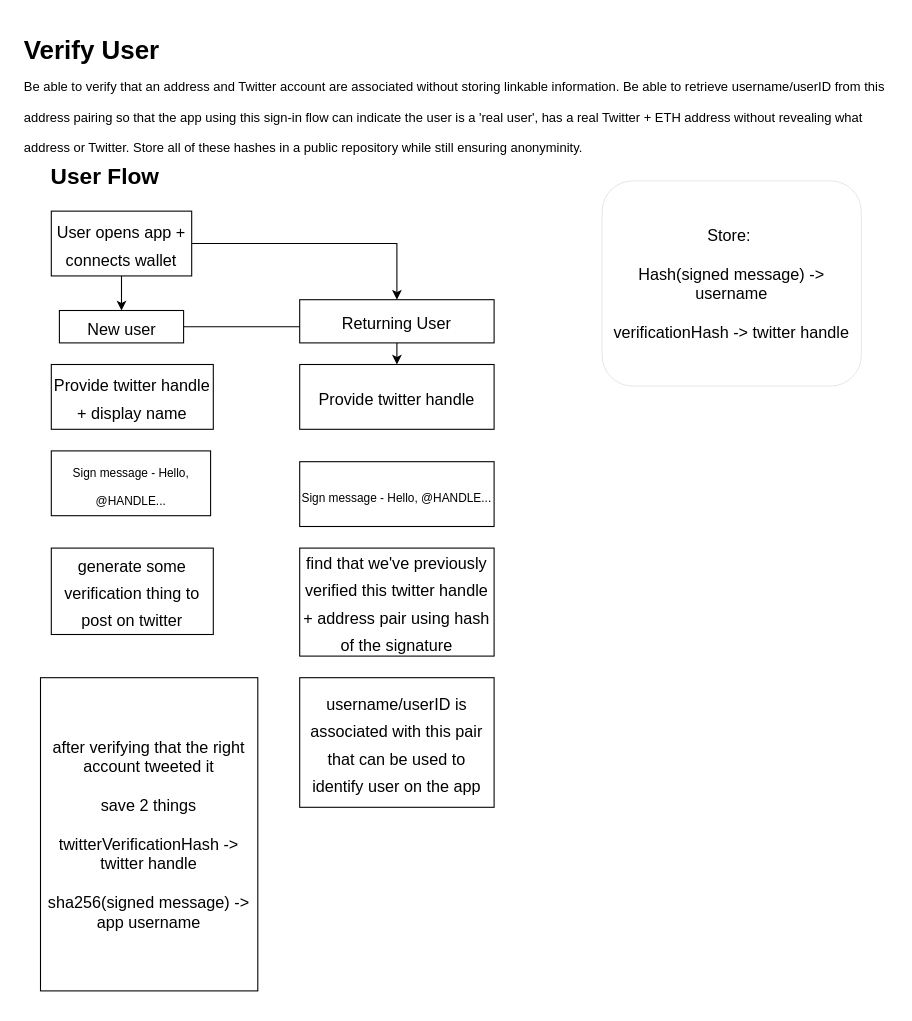
The draw.io diagram verify-user.drawio in straightupjac/verify-user, before the edit. Source tidied: cells renumbered, new cells numbered last; positions are measured from the earlier drawing's top-left corner, leaving out a move shared by most shapes. Both pictures are drawn from the tidied source at 108%, with x=0, y=0 at pixel (18, 29).
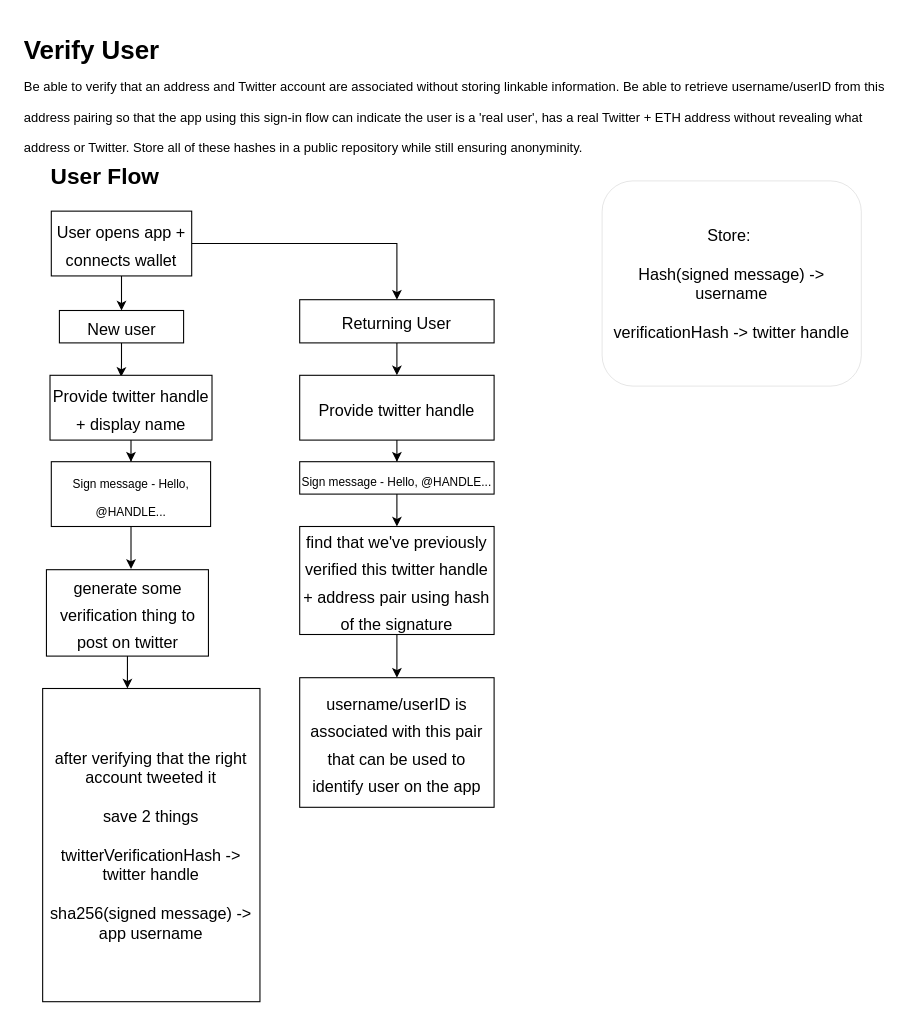
After the change.

Unchanged cells that the change refers to:
```xml
<mxCell id="8" value="&lt;font style=&quot;font-size: 15px;&quot;&gt;New user&lt;/font&gt;" style="rounded=0;whiteSpace=wrap;html=1;fontSize=21;" parent="1" vertex="1">
  <mxGeometry x="37.5" y="260" width="115" height="30" as="geometry" />
</mxCell>
<mxCell id="9" value="&lt;font style=&quot;font-size: 15px;&quot;&gt;Returning User&lt;/font&gt;" style="rounded=0;whiteSpace=wrap;html=1;fontSize=21;" parent="1" vertex="1">
  <mxGeometry x="260" y="250" width="180" height="40" as="geometry" />
</mxCell>
<mxCell id="15" value="&lt;font style=&quot;font-size: 15px;&quot;&gt;username/userID is associated with this pair that can be used to identify user on the app&lt;/font&gt;" style="rounded=0;whiteSpace=wrap;html=1;fontSize=21;" parent="1" vertex="1">
  <mxGeometry x="260" y="600" width="180" height="120" as="geometry" />
</mxCell>
```

The edit, as a diff of the source:
```diff
@@
-    <mxCell id="7" style="edgeStyle=orthogonalEdgeStyle;rounded=0;jettySize=auto;html=1;fontSize=15;" parent="1" edge="1" source="8" target="13">
-      <mxGeometry relative="1" as="geometry" />
-    </mxCell>
+    <mxCell id="19" style="edgeStyle=orthogonalEdgeStyle;rounded=0;jettySize=auto;html=1;entryX=0.439;entryY=0.023;entryDx=0;entryDy=0;entryPerimeter=0;fontSize=15;" parent="1" edge="1" source="8" target="10">
+      <mxGeometry relative="1" as="geometry" />
+    </mxCell>
@@
+    <mxCell id="20" style="edgeStyle=orthogonalEdgeStyle;rounded=0;jettySize=auto;html=1;exitX=0.5;exitY=1;exitDx=0;exitDy=0;entryX=0.5;entryY=0;entryDx=0;entryDy=0;fontSize=15;" parent="1" edge="1" source="9" target="13">
+      <mxGeometry relative="1" as="geometry" />
+    </mxCell>
@@
+    <mxCell id="21" style="edgeStyle=orthogonalEdgeStyle;rounded=0;jettySize=auto;html=1;entryX=0.5;entryY=0;entryDx=0;entryDy=0;fontSize=15;" parent="1" edge="1" source="10" target="11">
+      <mxGeometry relative="1" as="geometry" />
+    </mxCell>
     <mxCell id="10" value="&lt;font style=&quot;font-size: 15px;&quot;&gt;Provide twitter handle + display name&lt;/font&gt;" style="rounded=0;whiteSpace=wrap;html=1;fontSize=21;" parent="1" vertex="1">
-      <mxGeometry x="30" y="310" width="150" height="60" as="geometry" />
+      <mxGeometry x="28.8" y="320" width="150" height="60" as="geometry" />
     </mxCell>
+    <mxCell id="22" style="edgeStyle=orthogonalEdgeStyle;rounded=0;jettySize=auto;html=1;entryX=0.522;entryY=-0.009;entryDx=0;entryDy=0;entryPerimeter=0;fontSize=15;" parent="1" edge="1" source="11" target="18">
+      <mxGeometry relative="1" as="geometry" />
+    </mxCell>
     <mxCell id="11" value="&lt;font style=&quot;font-size: 11px;&quot;&gt;Sign message - Hello, @HANDLE...&lt;/font&gt;" style="rounded=0;whiteSpace=wrap;html=1;fontSize=21;" parent="1" vertex="1">
-      <mxGeometry x="30" y="390" width="147.5" height="60" as="geometry" />
+      <mxGeometry x="30" y="400" width="147.5" height="60" as="geometry" />
     </mxCell>
     <mxCell id="12" value="&lt;span style=&quot;font-size: 15px;&quot;&gt;after verifying that the right account tweeted it&lt;br&gt;&lt;br&gt;save 2 things&lt;br&gt;&lt;br&gt;twitterVerificationHash -&amp;gt; twitter handle&lt;br&gt;&lt;br&gt;sha256(signed message) -&amp;gt; app username&lt;br&gt;&lt;/span&gt;" style="rounded=0;whiteSpace=wrap;html=1;fontSize=11;" parent="1" vertex="1">
-      <mxGeometry x="20" y="600" width="201.2" height="290" as="geometry" />
+      <mxGeometry x="22" y="610" width="201.2" height="290" as="geometry" />
     </mxCell>
+    <mxCell id="23" style="edgeStyle=orthogonalEdgeStyle;rounded=0;jettySize=auto;html=1;entryX=0.5;entryY=0;entryDx=0;entryDy=0;fontSize=15;" parent="1" edge="1" source="13" target="17">
+      <mxGeometry relative="1" as="geometry" />
+    </mxCell>
     <mxCell id="13" value="&lt;font style=&quot;font-size: 15px;&quot;&gt;Provide twitter handle&lt;/font&gt;" style="rounded=0;whiteSpace=wrap;html=1;fontSize=21;" parent="1" vertex="1">
-      <mxGeometry x="260" y="310" width="180" height="60" as="geometry" />
+      <mxGeometry x="260" y="320" width="180" height="60" as="geometry" />
     </mxCell>
+    <mxCell id="24" style="edgeStyle=orthogonalEdgeStyle;rounded=0;jettySize=auto;html=1;entryX=0.5;entryY=0;entryDx=0;entryDy=0;fontSize=15;" parent="1" edge="1" source="14" target="15">
+      <mxGeometry relative="1" as="geometry" />
+    </mxCell>
     <mxCell id="14" value="&lt;font style=&quot;font-size: 15px;&quot;&gt;find that we've previously verified this twitter handle + address pair using hash of the signature&lt;/font&gt;" style="rounded=0;whiteSpace=wrap;html=1;fontSize=21;" parent="1" vertex="1">
-      <mxGeometry x="260" y="480" width="180" height="100" as="geometry" />
+      <mxGeometry x="260" y="460" width="180" height="100" as="geometry" />
     </mxCell>
@@
+    <mxCell id="25" style="edgeStyle=orthogonalEdgeStyle;rounded=0;jettySize=auto;html=1;entryX=0.5;entryY=0;entryDx=0;entryDy=0;fontSize=15;" parent="1" edge="1" source="17" target="14">
+      <mxGeometry relative="1" as="geometry" />
+    </mxCell>
     <mxCell id="17" value="&lt;span style=&quot;font-size: 11px;&quot;&gt;Sign message - Hello, @HANDLE...&lt;/span&gt;" style="rounded=0;whiteSpace=wrap;html=1;fontSize=21;" parent="1" vertex="1">
-      <mxGeometry x="260" y="400" width="180" height="60" as="geometry" />
+      <mxGeometry x="260" y="400" width="180" height="30" as="geometry" />
     </mxCell>
+    <mxCell id="26" style="edgeStyle=orthogonalEdgeStyle;rounded=0;jettySize=auto;html=1;entryX=0.39;entryY=0;entryDx=0;entryDy=0;entryPerimeter=0;fontSize=15;" parent="1" edge="1" source="18" target="12">
+      <mxGeometry relative="1" as="geometry" />
+    </mxCell>
     <mxCell id="18" value="&lt;font style=&quot;font-size: 15px;&quot;&gt;generate some verification thing to post on twitter&lt;/font&gt;" style="rounded=0;whiteSpace=wrap;html=1;fontSize=21;" parent="1" vertex="1">
-      <mxGeometry x="30" y="480" width="150" height="80" as="geometry" />
+      <mxGeometry x="25.5" y="500" width="150" height="80" as="geometry" />
     </mxCell>
```
